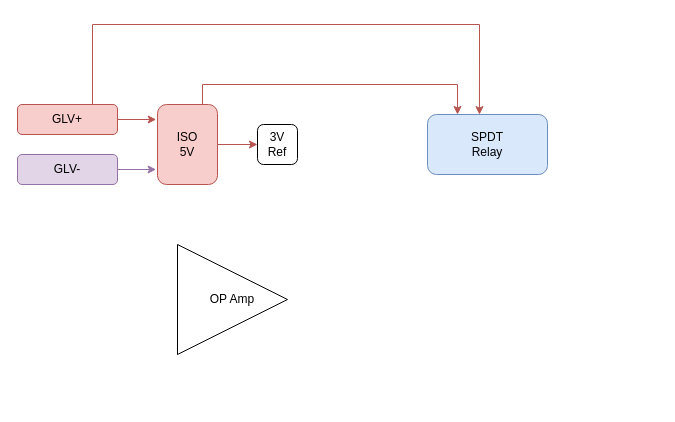
Before: TSAL-Ctrl.drawio in KSU-MS/TSAL-Ctrl, a draw.io diagram. Source tidied: cells renumbered, new cells numbered last; positions are measured from the earlier drawing's top-left corner, leaving out a move shared by most shapes. Both pictures are drawn from the tidied source at 100%, with x=0, y=0 at pixel (17, 24).
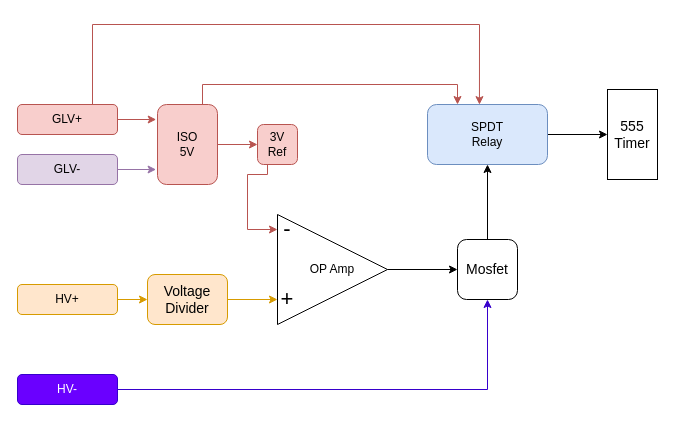
Above is the later version.

The edit, as a diff of the source:
```diff
@@
+    <mxCell id="13" style="edgeStyle=orthogonalEdgeStyle;rounded=0;jettySize=auto;html=1;exitX=1;exitY=0.5;exitDx=0;exitDy=0;entryX=0;entryY=0.5;entryDx=0;entryDy=0;fontSize=14;" parent="1" edge="1" source="10" target="27">
+      <mxGeometry relative="1" as="geometry" />
+    </mxCell>
     <mxCell id="10" value="SPDT&lt;br&gt;Relay" style="rounded=1;whiteSpace=wrap;html=1;fillColor=#dae8fc;strokeColor=#6c8ebf;" parent="1" vertex="1">
-      <mxGeometry x="410" y="90" width="120" height="60" as="geometry" />
+      <mxGeometry x="410" y="80" width="120" height="60" as="geometry" />
     </mxCell>
+    <mxCell id="14" style="edgeStyle=orthogonalEdgeStyle;rounded=0;jettySize=auto;html=1;exitX=0.25;exitY=1;exitDx=0;exitDy=0;fontSize=22;entryX=0.333;entryY=0.5;entryDx=0;entryDy=0;entryPerimeter=0;fillColor=#f8cecc;strokeColor=#b85450;" parent="1" edge="1" source="11" target="16">
+      <mxGeometry relative="1" as="geometry">
+        <Array as="points">
+          <mxPoint x="250" y="150" />
+          <mxPoint x="230" y="150" />
+          <mxPoint x="230" y="205" />
+        </Array>
+      </mxGeometry>
+    </mxCell>
-    <mxCell id="11" value="3V&lt;br&gt;Ref" style="rounded=1;whiteSpace=wrap;html=1;" parent="1" vertex="1">
+    <mxCell id="11" value="3V&lt;br&gt;Ref" style="rounded=1;whiteSpace=wrap;html=1;fillColor=#f8cecc;strokeColor=#b85450;" parent="1" vertex="1">
       <mxGeometry x="240" y="100" width="40" height="40" as="geometry" />
     </mxCell>
+    <mxCell id="15" style="group;" parent="1" vertex="1">
+      <mxGeometry x="240" y="190" width="130" height="110" as="geometry" />
+    </mxCell>
-    <mxCell id="12" value="OP Amp" style="triangle;whiteSpace=wrap;html=1;" parent="1" vertex="1">
-      <mxGeometry x="160" y="220" width="110" height="110" as="geometry" />
+    <mxCell id="12" value="OP Amp" style="triangle;whiteSpace=wrap;html=1;" parent="15" vertex="1">
+      <mxGeometry x="20" width="110" height="110" as="geometry" />
     </mxCell>
+    <mxCell id="16" value="&lt;font style=&quot;font-size: 22px;&quot;&gt;-&lt;/font&gt;" style="text;html=1;strokeColor=none;fillColor=none;align=center;verticalAlign=middle;whiteSpace=wrap;rounded=0;" parent="15" vertex="1">
+      <mxGeometry width="60" height="30" as="geometry" />
+    </mxCell>
+    <mxCell id="17" value="&lt;span style=&quot;font-size: 22px;&quot;&gt;+&lt;/span&gt;" style="text;html=1;strokeColor=none;fillColor=none;align=center;verticalAlign=middle;whiteSpace=wrap;rounded=0;" parent="15" vertex="1">
+      <mxGeometry y="70" width="60" height="30" as="geometry" />
+    </mxCell>
+    <mxCell id="18" style="edgeStyle=orthogonalEdgeStyle;rounded=0;jettySize=auto;html=1;exitX=1;exitY=0.5;exitDx=0;exitDy=0;fontSize=14;entryX=0.333;entryY=0.5;entryDx=0;entryDy=0;entryPerimeter=0;fillColor=#ffe6cc;strokeColor=#d79b00;" parent="1" edge="1" source="19" target="17">
+      <mxGeometry relative="1" as="geometry" />
+    </mxCell>
+    <mxCell id="19" value="Voltage&lt;br&gt;Divider" style="rounded=1;whiteSpace=wrap;html=1;fontSize=14;fillColor=#ffe6cc;strokeColor=#d79b00;" parent="1" vertex="1">
+      <mxGeometry x="130" y="250" width="80" height="50" as="geometry" />
+    </mxCell>
+    <mxCell id="20" style="edgeStyle=orthogonalEdgeStyle;rounded=0;jettySize=auto;html=1;entryX=0;entryY=0.5;entryDx=0;entryDy=0;fontSize=14;fillColor=#ffe6cc;strokeColor=#d79b00;" parent="1" edge="1" source="21" target="19">
+      <mxGeometry relative="1" as="geometry" />
+    </mxCell>
+    <mxCell id="21" value="HV+" style="rounded=1;whiteSpace=wrap;html=1;fillColor=#ffe6cc;strokeColor=#d79b00;" parent="1" vertex="1">
+      <mxGeometry y="260" width="100" height="30" as="geometry" />
+    </mxCell>
+    <mxCell id="22" style="edgeStyle=orthogonalEdgeStyle;rounded=0;jettySize=auto;html=1;entryX=0.5;entryY=1;entryDx=0;entryDy=0;fontSize=14;fillColor=#6a00ff;strokeColor=#3700CC;" parent="1" edge="1" source="23" target="25">
+      <mxGeometry relative="1" as="geometry" />
+    </mxCell>
+    <mxCell id="23" value="HV-" style="rounded=1;whiteSpace=wrap;html=1;fillColor=#6a00ff;strokeColor=#3700CC;fontColor=#ffffff;" parent="1" vertex="1">
+      <mxGeometry y="350" width="100" height="30" as="geometry" />
+    </mxCell>
+    <mxCell id="24" style="edgeStyle=orthogonalEdgeStyle;rounded=0;jettySize=auto;html=1;entryX=0.5;entryY=1;entryDx=0;entryDy=0;fontSize=14;" parent="1" edge="1" source="25" target="10">
+      <mxGeometry relative="1" as="geometry" />
+    </mxCell>
+    <mxCell id="25" value="Mosfet" style="rounded=1;whiteSpace=wrap;html=1;fontSize=14;" parent="1" vertex="1">
+      <mxGeometry x="440" y="215" width="60" height="60" as="geometry" />
+    </mxCell>
+    <mxCell id="26" style="edgeStyle=orthogonalEdgeStyle;rounded=0;jettySize=auto;html=1;entryX=0;entryY=0.5;entryDx=0;entryDy=0;fontSize=14;" parent="1" edge="1" source="12" target="25">
+      <mxGeometry relative="1" as="geometry" />
+    </mxCell>
+    <mxCell id="27" value="555&lt;br&gt;Timer" style="rounded=0;whiteSpace=wrap;html=1;fontSize=14;" parent="1" vertex="1">
+      <mxGeometry x="590" y="65" width="50" height="90" as="geometry" />
+    </mxCell>
```
